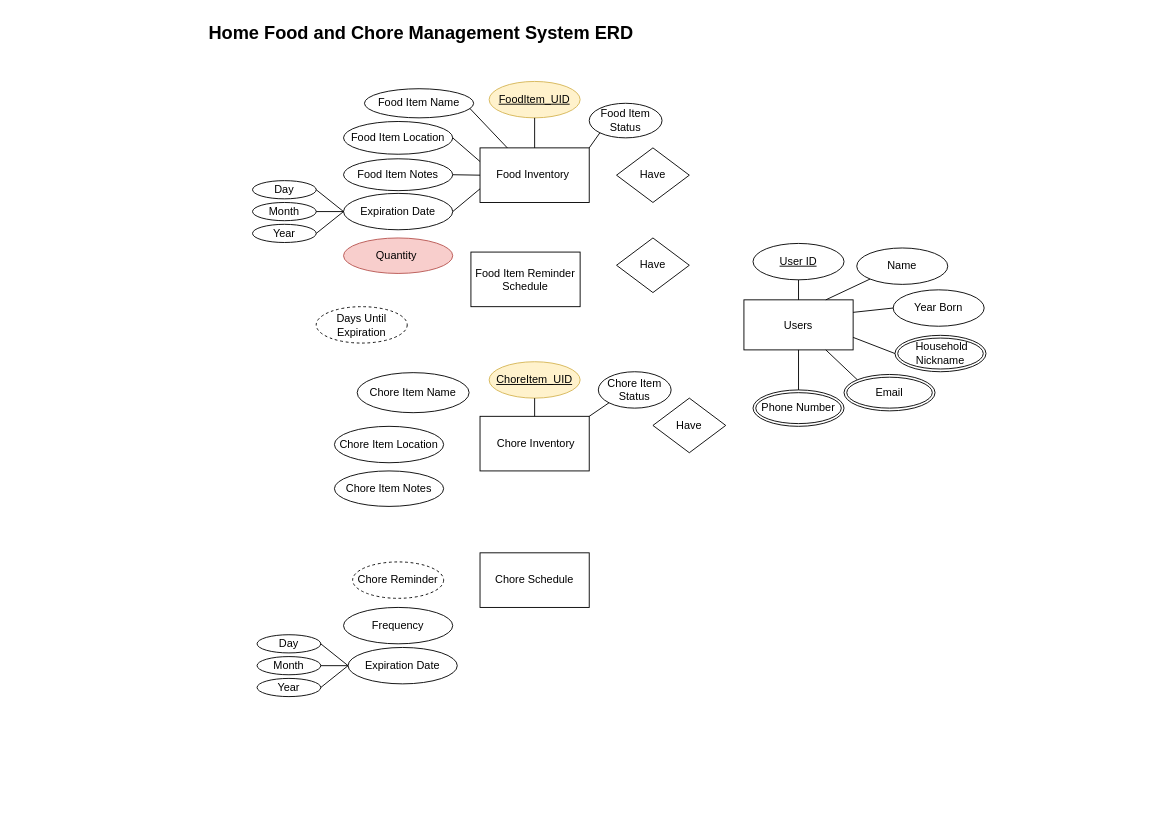
The draw.io diagram Assignment 2/Assignment2ERD.drawio in k-wtamu/CIDM6330, before the edit. Source tidied: cells renumbered, new cells numbered last; positions are measured from the earlier drawing's top-left corner, leaving out a move shared by most shapes. Both pictures are drawn from the tidied source at 91%, with x=0, y=0 at pixel (207, 15).
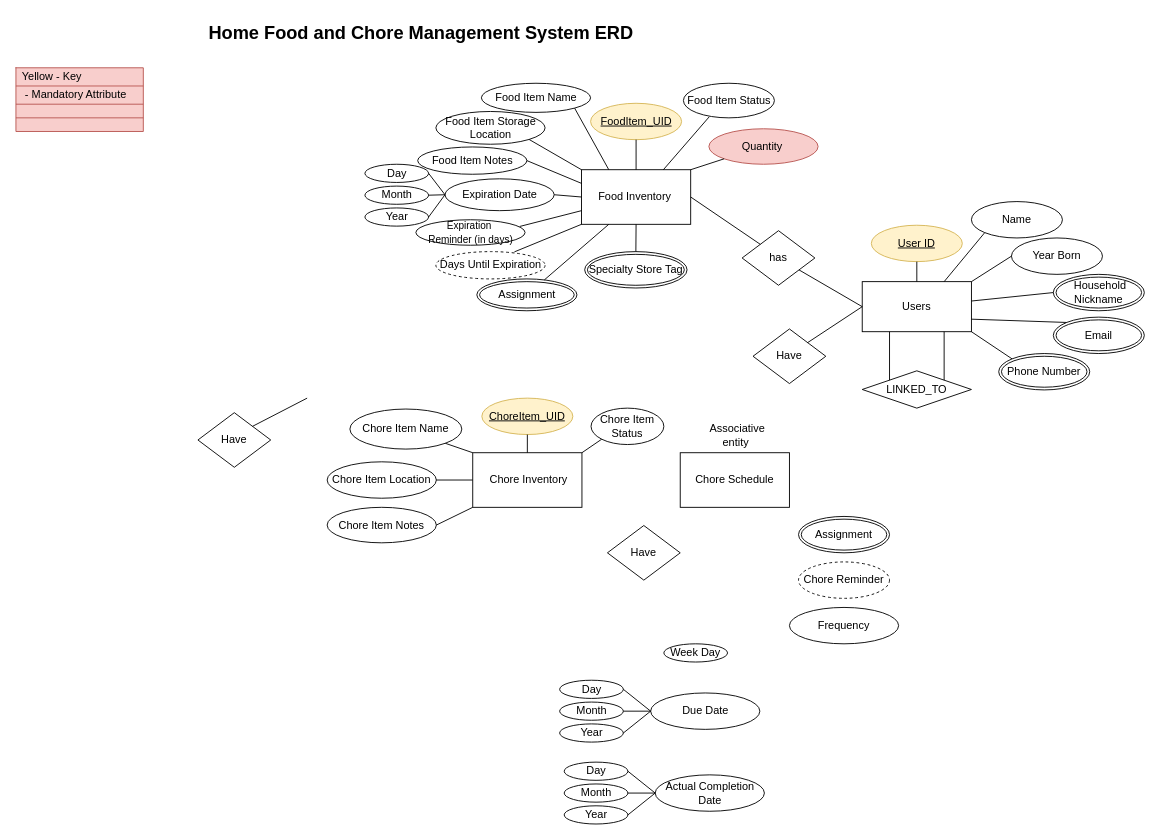
Above is the later version.

Change to the diagram source:
```diff
@@
-    <mxCell id="3" value="Food Item Reminder Schedule" style="rounded=0;whiteSpace=wrap;html=1;" parent="1" vertex="1">
-      <mxGeometry x="290" y="259.5" width="120" height="60" as="geometry" />
-    </mxCell>
     <mxCell id="4" value="&amp;nbsp;Chore Inventory" style="rounded=0;whiteSpace=wrap;html=1;" parent="1" vertex="1">
-      <mxGeometry x="300" y="440" width="120" height="60" as="geometry" />
+      <mxGeometry x="292" y="480" width="120" height="60" as="geometry" />
     </mxCell>
     <mxCell id="5" value="Expiration Date" style="ellipse;whiteSpace=wrap;html=1;" parent="1" vertex="1">
-      <mxGeometry x="150" y="195" width="120" height="40" as="geometry" />
+      <mxGeometry x="261.5" y="179" width="120" height="35" as="geometry" />
     </mxCell>
     <mxCell id="6" value="Day" style="ellipse;whiteSpace=wrap;html=1;" parent="1" vertex="1">
-      <mxGeometry x="50" y="181" width="70" height="20" as="geometry" />
+      <mxGeometry x="173.5" y="163" width="70" height="20" as="geometry" />
     </mxCell>
     <mxCell id="7" value="Month" style="ellipse;whiteSpace=wrap;html=1;" parent="1" vertex="1">
-      <mxGeometry x="50" y="205" width="70" height="20" as="geometry" />
+      <mxGeometry x="173.5" y="187" width="70" height="20" as="geometry" />
     </mxCell>
     <mxCell id="8" value="Year" style="ellipse;whiteSpace=wrap;html=1;" parent="1" vertex="1">
-      <mxGeometry x="50" y="229" width="70" height="20" as="geometry" />
+      <mxGeometry x="173.5" y="211" width="70" height="20" as="geometry" />
     </mxCell>
@@
-    <mxCell id="12" value="Food Item Location" style="ellipse;whiteSpace=wrap;html=1;" parent="1" vertex="1">
-      <mxGeometry x="150" y="116" width="120" height="36" as="geometry" />
+    <mxCell id="12" value="Food Item Storage Location" style="ellipse;whiteSpace=wrap;html=1;" parent="1" vertex="1">
+      <mxGeometry x="251.5" y="105" width="120" height="36" as="geometry" />
     </mxCell>
     <mxCell id="13" value="Food Item Name" style="ellipse;whiteSpace=wrap;html=1;" parent="1" vertex="1">
-      <mxGeometry x="173" y="80" width="120" height="32" as="geometry" />
+      <mxGeometry x="301.5" y="74" width="120" height="32" as="geometry" />
     </mxCell>
     <mxCell id="14" value="Food Inventory&amp;nbsp;" style="rounded=0;whiteSpace=wrap;html=1;" parent="1" vertex="1">
-      <mxGeometry x="300" y="145" width="120" height="60" as="geometry" />
+      <mxGeometry x="411.5" y="169" width="120" height="60" as="geometry" />
     </mxCell>
     <mxCell id="15" value="Food Item Status" style="ellipse;whiteSpace=wrap;html=1;" parent="1" vertex="1">
-      <mxGeometry x="420" y="96" width="80" height="38" as="geometry" />
+      <mxGeometry x="523.5" y="74" width="100" height="38" as="geometry" />
     </mxCell>
     <mxCell id="16" value="Chore Item Location" style="ellipse;whiteSpace=wrap;html=1;" parent="1" vertex="1">
-      <mxGeometry x="140" y="451" width="120" height="40" as="geometry" />
+      <mxGeometry x="132" y="490" width="120" height="40" as="geometry" />
     </mxCell>
     <mxCell id="17" value="Chore Item Name" style="ellipse;whiteSpace=wrap;html=1;" parent="1" vertex="1">
-      <mxGeometry x="165" y="392" width="123" height="44" as="geometry" />
+      <mxGeometry x="157" y="432" width="123" height="44" as="geometry" />
     </mxCell>
     <mxCell id="18" value="Chore Item Status" style="ellipse;whiteSpace=wrap;html=1;" parent="1" vertex="1">
-      <mxGeometry x="430" y="391" width="80" height="40" as="geometry" />
+      <mxGeometry x="422" y="431" width="80" height="40" as="geometry" />
     </mxCell>
     <mxCell id="19" value="Chore Schedule" style="rounded=0;whiteSpace=wrap;html=1;" parent="1" vertex="1">
-      <mxGeometry x="300" y="590" width="120" height="60" as="geometry" />
+      <mxGeometry x="520" y="480" width="120" height="60" as="geometry" />
     </mxCell>
     <mxCell id="20" value="Frequency" style="ellipse;whiteSpace=wrap;html=1;" parent="1" vertex="1">
-      <mxGeometry x="150" y="650" width="120" height="40" as="geometry" />
+      <mxGeometry x="640" y="650" width="120" height="40" as="geometry" />
     </mxCell>
     <mxCell id="21" value="Chore Item Notes" style="ellipse;whiteSpace=wrap;html=1;" parent="1" vertex="1">
-      <mxGeometry x="140" y="500" width="120" height="39" as="geometry" />
+      <mxGeometry x="132" y="540" width="120" height="39" as="geometry" />
     </mxCell>
     <mxCell id="22" value="Food Item Notes" style="ellipse;whiteSpace=wrap;html=1;" parent="1" vertex="1">
-      <mxGeometry x="150" y="157" width="120" height="35" as="geometry" />
+      <mxGeometry x="231.5" y="144" width="120" height="30" as="geometry" />
     </mxCell>
     <mxCell id="23" value="FoodItem_UID" style="ellipse;whiteSpace=wrap;html=1;align=center;fontStyle=4;fillColor=#fff2cc;strokeColor=#d6b656;" parent="1" vertex="1">
-      <mxGeometry x="310" y="72" width="100" height="40" as="geometry" />
+      <mxGeometry x="421.5" y="96" width="100" height="40" as="geometry" />
     </mxCell>
     <mxCell id="24" value="Days Until Expiration" style="ellipse;whiteSpace=wrap;html=1;align=center;dashed=1;" parent="1" vertex="1">
-      <mxGeometry x="120" y="319.5" width="100" height="40" as="geometry" />
+      <mxGeometry x="251.5" y="259" width="120" height="30" as="geometry" />
     </mxCell>
     <mxCell id="25" value="Chore Reminder" style="ellipse;whiteSpace=wrap;html=1;align=center;dashed=1;" parent="1" vertex="1">
-      <mxGeometry x="160" y="600" width="100" height="40" as="geometry" />
+      <mxGeometry x="650" y="600" width="100" height="40" as="geometry" />
     </mxCell>
     <mxCell id="26" value="Users" style="rounded=0;whiteSpace=wrap;html=1;" parent="1" vertex="1">
-      <mxGeometry x="590" y="312" width="120" height="55" as="geometry" />
+      <mxGeometry x="720" y="292" width="120" height="55" as="geometry" />
     </mxCell>
     <mxCell id="27" value="Name" style="ellipse;whiteSpace=wrap;html=1;" parent="1" vertex="1">
-      <mxGeometry x="714" y="255" width="100" height="40" as="geometry" />
+      <mxGeometry x="840" y="204" width="100" height="40" as="geometry" />
     </mxCell>
     <mxCell id="28" value="Year Born" style="ellipse;whiteSpace=wrap;html=1;" parent="1" vertex="1">
-      <mxGeometry x="754" y="301" width="100" height="40" as="geometry" />
+      <mxGeometry x="884" y="244" width="100" height="40" as="geometry" />
     </mxCell>
     <mxCell id="29" value="Phone Number" style="ellipse;shape=doubleEllipse;margin=3;whiteSpace=wrap;html=1;align=center;" parent="1" vertex="1">
-      <mxGeometry x="600" y="411" width="100" height="40" as="geometry" />
+      <mxGeometry x="870" y="371" width="100" height="40" as="geometry" />
     </mxCell>
     <mxCell id="30" value="Email" style="ellipse;shape=doubleEllipse;margin=3;whiteSpace=wrap;html=1;align=center;" parent="1" vertex="1">
-      <mxGeometry x="700" y="394" width="100" height="40" as="geometry" />
+      <mxGeometry x="930" y="331" width="100" height="40" as="geometry" />
     </mxCell>
     <mxCell id="31" value="&amp;nbsp;Household Nickname" style="ellipse;shape=doubleEllipse;margin=3;whiteSpace=wrap;html=1;align=center;" parent="1" vertex="1">
-      <mxGeometry x="756" y="351" width="100" height="40" as="geometry" />
+      <mxGeometry x="930" y="284" width="100" height="40" as="geometry" />
     </mxCell>
-    <mxCell id="32" value="&lt;u&gt;User ID&lt;/u&gt;" style="ellipse;whiteSpace=wrap;html=1;align=center;" parent="1" vertex="1">
-      <mxGeometry x="600" y="250" width="100" height="40" as="geometry" />
+    <mxCell id="32" value="&lt;u&gt;User ID&lt;/u&gt;" style="ellipse;whiteSpace=wrap;html=1;align=center;fillColor=#fff2cc;strokeColor=#d6b656;" parent="1" vertex="1">
+      <mxGeometry x="730" y="230" width="100" height="40" as="geometry" />
     </mxCell>
-    <mxCell id="33" style="endArrow=none;html=1;rounded=0;entryX=0.5;entryY=1;entryDx=0;entryDy=0;exitX=0.5;exitY=0;exitDx=0;exitDy=0;" parent="1" edge="1" source="29" target="26">
+    <mxCell id="33" style="endArrow=none;html=1;rounded=0;exitX=0;exitY=0;exitDx=0;exitDy=0;entryX=1;entryY=1;entryDx=0;entryDy=0;" parent="1" edge="1" source="29" target="26">
       <mxGeometry relative="1" as="geometry" />
     </mxCell>
@@
-    <mxCell id="36" style="endArrow=none;html=1;rounded=0;entryX=0;entryY=0.5;entryDx=0;entryDy=0;exitX=1;exitY=0.25;exitDx=0;exitDy=0;" parent="1" edge="1" source="26" target="28">
+    <mxCell id="36" style="endArrow=none;html=1;rounded=0;entryX=0;entryY=0.5;entryDx=0;entryDy=0;exitX=1;exitY=0;exitDx=0;exitDy=0;" parent="1" edge="1" source="26" target="28">
       <mxGeometry relative="1" as="geometry" />
     </mxCell>
-    <mxCell id="37" style="endArrow=none;html=1;rounded=0;exitX=0;exitY=0.5;exitDx=0;exitDy=0;entryX=1;entryY=0.75;entryDx=0;entryDy=0;" parent="1" edge="1" source="31" target="26">
+    <mxCell id="37" style="endArrow=none;html=1;rounded=0;exitX=0;exitY=0.5;exitDx=0;exitDy=0;" parent="1" edge="1" source="31" target="26">
       <mxGeometry relative="1" as="geometry" />
     </mxCell>
-    <mxCell id="38" style="endArrow=none;html=1;rounded=0;entryX=0;entryY=0;entryDx=0;entryDy=0;exitX=0.75;exitY=1;exitDx=0;exitDy=0;" parent="1" edge="1" source="26" target="30">
+    <mxCell id="38" style="endArrow=none;html=1;rounded=0;entryX=0;entryY=0;entryDx=0;entryDy=0;exitX=1;exitY=0.75;exitDx=0;exitDy=0;" parent="1" edge="1" source="26" target="30">
       <mxGeometry relative="1" as="geometry" />
     </mxCell>
-    <mxCell id="39" value="Have" style="shape=rhombus;perimeter=rhombusPerimeter;whiteSpace=wrap;html=1;align=center;" parent="1" vertex="1">
-      <mxGeometry x="450" y="145" width="80" height="60" as="geometry" />
+    <mxCell id="39" value="has" style="shape=rhombus;perimeter=rhombusPerimeter;whiteSpace=wrap;html=1;align=center;" parent="1" vertex="1">
+      <mxGeometry x="588" y="236" width="80" height="60" as="geometry" />
     </mxCell>
     <mxCell id="40" value="Quantity&amp;nbsp;" style="ellipse;whiteSpace=wrap;html=1;fillColor=#f8cecc;strokeColor=#b85450;" parent="1" vertex="1">
-      <mxGeometry x="150" y="244" width="120" height="39" as="geometry" />
+      <mxGeometry x="551.5" y="124" width="120" height="39" as="geometry" />
     </mxCell>
-    <mxCell id="41" style="endArrow=none;html=1;rounded=0;entryX=0.963;entryY=0.668;entryDx=0;entryDy=0;entryPerimeter=0;exitX=0.25;exitY=0;exitDx=0;exitDy=0;" parent="1" edge="1" source="14" target="13">
+    <mxCell id="41" style="endArrow=none;html=1;rounded=0;entryX=1;entryY=1;entryDx=0;entryDy=0;exitX=0.25;exitY=0;exitDx=0;exitDy=0;" parent="1" edge="1" source="14" target="13">
       <mxGeometry relative="1" as="geometry" />
     </mxCell>
@@
-    <mxCell id="43" style="endArrow=none;html=1;rounded=0;entryX=1;entryY=0.5;entryDx=0;entryDy=0;exitX=0;exitY=0.75;exitDx=0;exitDy=0;" parent="1" edge="1" source="14" target="5">
+    <mxCell id="43" style="endArrow=none;html=1;rounded=0;entryX=1;entryY=0.5;entryDx=0;entryDy=0;exitX=0;exitY=0.5;exitDx=0;exitDy=0;" parent="1" edge="1" source="14" target="5">
       <mxGeometry relative="1" as="geometry" />
     </mxCell>
-    <mxCell id="44" style="endArrow=none;html=1;rounded=0;entryX=0;entryY=1;entryDx=0;entryDy=0;exitX=1;exitY=0;exitDx=0;exitDy=0;" parent="1" edge="1" source="14" target="15">
+    <mxCell id="44" style="endArrow=none;html=1;rounded=0;entryX=0.284;entryY=0.969;entryDx=0;entryDy=0;exitX=0.75;exitY=0;exitDx=0;exitDy=0;entryPerimeter=0;" parent="1" edge="1" source="14" target="15">
       <mxGeometry relative="1" as="geometry" />
     </mxCell>
-    <mxCell id="45" style="endArrow=none;html=1;rounded=0;exitX=1;exitY=0.5;exitDx=0;exitDy=0;entryX=0;entryY=0.5;entryDx=0;entryDy=0;" parent="1" edge="1" source="22" target="14">
+    <mxCell id="45" style="endArrow=none;html=1;rounded=0;exitX=1;exitY=0.5;exitDx=0;exitDy=0;entryX=0;entryY=0.25;entryDx=0;entryDy=0;" parent="1" edge="1" source="22" target="14">
       <mxGeometry relative="1" as="geometry" />
     </mxCell>
-    <mxCell id="46" style="endArrow=none;html=1;rounded=0;exitX=1;exitY=0.5;exitDx=0;exitDy=0;entryX=0;entryY=0.25;entryDx=0;entryDy=0;" parent="1" edge="1" source="12" target="14">
+    <mxCell id="46" style="endArrow=none;html=1;rounded=0;exitX=1;exitY=1;exitDx=0;exitDy=0;entryX=0;entryY=0;entryDx=0;entryDy=0;" parent="1" edge="1" source="12" target="14">
       <mxGeometry relative="1" as="geometry" />
     </mxCell>
     <mxCell id="47" value="Have" style="shape=rhombus;perimeter=rhombusPerimeter;whiteSpace=wrap;html=1;align=center;" parent="1" vertex="1">
-      <mxGeometry x="450" y="244" width="80" height="60" as="geometry" />
+      <mxGeometry x="600" y="344" width="80" height="60" as="geometry" />
     </mxCell>
     <mxCell id="48" value="Have" style="shape=rhombus;perimeter=rhombusPerimeter;whiteSpace=wrap;html=1;align=center;" parent="1" vertex="1">
-      <mxGeometry x="490" y="420" width="80" height="60" as="geometry" />
+      <mxGeometry x="-10" y="436" width="80" height="60" as="geometry" />
     </mxCell>
     <mxCell id="49" value="ChoreItem_UID" style="ellipse;whiteSpace=wrap;html=1;align=center;fontStyle=4;fillColor=#fff2cc;strokeColor=#d6b656;" parent="1" vertex="1">
-      <mxGeometry x="310" y="380" width="100" height="40" as="geometry" />
+      <mxGeometry x="302" y="420" width="100" height="40" as="geometry" />
     </mxCell>
@@
-    <mxCell id="52" value="Expiration Date" style="ellipse;whiteSpace=wrap;html=1;" parent="1" vertex="1">
-      <mxGeometry x="155" y="694" width="120" height="40" as="geometry" />
+    <mxCell id="52" value="Due Date" style="ellipse;whiteSpace=wrap;html=1;" parent="1" vertex="1">
+      <mxGeometry x="487.5" y="744" width="120" height="40" as="geometry" />
     </mxCell>
     <mxCell id="53" value="Day" style="ellipse;whiteSpace=wrap;html=1;" parent="1" vertex="1">
-      <mxGeometry x="55" y="680" width="70" height="20" as="geometry" />
+      <mxGeometry x="387.5" y="730" width="70" height="20" as="geometry" />
     </mxCell>
     <mxCell id="54" value="Month" style="ellipse;whiteSpace=wrap;html=1;" parent="1" vertex="1">
-      <mxGeometry x="55" y="704" width="70" height="20" as="geometry" />
+      <mxGeometry x="387.5" y="754" width="70" height="20" as="geometry" />
     </mxCell>
     <mxCell id="55" value="Year" style="ellipse;whiteSpace=wrap;html=1;" parent="1" vertex="1">
-      <mxGeometry x="55" y="728" width="70" height="20" as="geometry" />
+      <mxGeometry x="387.5" y="778" width="70" height="20" as="geometry" />
     </mxCell>
@@
+    <mxCell id="59" style="endArrow=none;html=1;rounded=0;entryX=0;entryY=0;entryDx=0;entryDy=0;exitX=1;exitY=1;exitDx=0;exitDy=0;" parent="1" edge="1" source="17" target="4">
+      <mxGeometry relative="1" as="geometry" />
+    </mxCell>
+    <mxCell id="60" style="endArrow=none;html=1;rounded=0;entryX=0;entryY=0.5;entryDx=0;entryDy=0;exitX=1;exitY=0.5;exitDx=0;exitDy=0;" parent="1" edge="1" source="16" target="4">
+      <mxGeometry relative="1" as="geometry" />
+    </mxCell>
+    <mxCell id="61" style="endArrow=none;html=1;rounded=0;exitX=1;exitY=0.5;exitDx=0;exitDy=0;entryX=0;entryY=1;entryDx=0;entryDy=0;" parent="1" edge="1" source="21" target="4">
+      <mxGeometry relative="1" as="geometry" />
+    </mxCell>
+    <mxCell id="62" value="Have" style="shape=rhombus;perimeter=rhombusPerimeter;whiteSpace=wrap;html=1;align=center;" parent="1" vertex="1">
+      <mxGeometry x="440" y="560" width="80" height="60" as="geometry" />
+    </mxCell>
+    <mxCell id="63" value="Actual Completion Date" style="ellipse;whiteSpace=wrap;html=1;" parent="1" vertex="1">
+      <mxGeometry x="492.5" y="834" width="120" height="40" as="geometry" />
+    </mxCell>
+    <mxCell id="64" value="Day" style="ellipse;whiteSpace=wrap;html=1;" parent="1" vertex="1">
+      <mxGeometry x="392.5" y="820" width="70" height="20" as="geometry" />
+    </mxCell>
+    <mxCell id="65" value="Month" style="ellipse;whiteSpace=wrap;html=1;" parent="1" vertex="1">
+      <mxGeometry x="392.5" y="844" width="70" height="20" as="geometry" />
+    </mxCell>
+    <mxCell id="66" value="Year" style="ellipse;whiteSpace=wrap;html=1;" parent="1" vertex="1">
+      <mxGeometry x="392.5" y="868" width="70" height="20" as="geometry" />
+    </mxCell>
+    <mxCell id="67" style="endArrow=none;html=1;rounded=0;exitX=0;exitY=0.5;exitDx=0;exitDy=0;entryX=1;entryY=0.5;entryDx=0;entryDy=0;" parent="1" edge="1" source="63" target="64">
+      <mxGeometry relative="1" as="geometry" />
+    </mxCell>
+    <mxCell id="68" style="endArrow=none;html=1;rounded=0;exitX=0;exitY=0.5;exitDx=0;exitDy=0;entryX=1;entryY=0.5;entryDx=0;entryDy=0;" parent="1" edge="1" source="63" target="66">
+      <mxGeometry relative="1" as="geometry" />
+    </mxCell>
+    <mxCell id="69" style="endArrow=none;html=1;rounded=0;exitX=0;exitY=0.5;exitDx=0;exitDy=0;entryX=1;entryY=0.5;entryDx=0;entryDy=0;" parent="1" edge="1" source="63" target="65">
+      <mxGeometry relative="1" as="geometry" />
+    </mxCell>
+    <mxCell id="70" value="Specialty Store Tag" style="ellipse;shape=doubleEllipse;margin=3;whiteSpace=wrap;html=1;align=center;" parent="1" vertex="1">
+      <mxGeometry x="415" y="259" width="112.5" height="40" as="geometry" />
+    </mxCell>
+    <mxCell id="71" value="Assignment" style="ellipse;shape=doubleEllipse;margin=3;whiteSpace=wrap;html=1;align=center;" parent="1" vertex="1">
+      <mxGeometry x="296.5" y="289" width="110" height="35" as="geometry" />
+    </mxCell>
+    <mxCell id="72" value="Associative entity&amp;nbsp;" style="text;html=1;align=center;verticalAlign=middle;whiteSpace=wrap;rounded=0;" parent="1" vertex="1">
+      <mxGeometry x="552.5" y="446" width="60" height="30" as="geometry" />
+    </mxCell>
+    <mxCell id="73" value="LINKED_TO" style="shape=rhombus;perimeter=rhombusPerimeter;whiteSpace=wrap;html=1;align=center;" parent="1" vertex="1">
+      <mxGeometry x="720" y="390" width="120" height="41" as="geometry" />
+    </mxCell>
+    <mxCell id="74" style="endArrow=none;html=1;rounded=0;entryX=0.25;entryY=1;entryDx=0;entryDy=0;exitX=0;exitY=0;exitDx=0;exitDy=0;" parent="1" edge="1" source="73" target="26">
+      <mxGeometry relative="1" as="geometry" />
+    </mxCell>
+    <mxCell id="75" style="endArrow=none;html=1;rounded=0;entryX=0.75;entryY=1;entryDx=0;entryDy=0;exitX=1;exitY=0;exitDx=0;exitDy=0;" parent="1" edge="1" source="73" target="26">
+      <mxGeometry relative="1" as="geometry" />
+    </mxCell>
+    <mxCell id="76" style="shape=table;startSize=0;childLayout=tableLayout;fontSize=11;fillColor=#f8cecc;strokeColor=#b85450;" parent="1" vertex="1">
+      <mxGeometry x="-210" y="57" width="140" height="70" as="geometry" />
+    </mxCell>
+    <mxCell id="77" style="shape=tableRow;horizontal=0;startSize=0;swimlaneHead=0;swimlaneBody=0;strokeColor=inherit;top=0;left=0;bottom=0;right=0;fillColor=none;fontSize=16;" parent="76" vertex="1">
+      <mxGeometry width="140" height="20" as="geometry" />
+    </mxCell>
+    <mxCell id="78" value="Yellow - Key" style="shape=partialRectangle;html=1;whiteSpace=wrap;strokeColor=inherit;overflow=hidden;fillColor=none;top=0;left=0;bottom=0;right=0;fontSize=12;align=left;spacingLeft=5;" parent="77" vertex="1">
+      <mxGeometry width="140" height="20" as="geometry" />
+    </mxCell>
+    <mxCell id="79" style="shape=tableRow;horizontal=0;startSize=0;swimlaneHead=0;swimlaneBody=0;strokeColor=inherit;top=0;left=0;bottom=0;right=0;fillColor=none;fontSize=16;" parent="76" vertex="1">
+      <mxGeometry y="20" width="140" height="20" as="geometry" />
+    </mxCell>
+    <mxCell id="80" value="&amp;nbsp;- Mandatory Attribute" style="shape=partialRectangle;html=1;whiteSpace=wrap;strokeColor=inherit;overflow=hidden;fillColor=none;top=0;left=0;bottom=0;right=0;fontSize=12;align=left;spacingLeft=5;" parent="79" vertex="1">
+      <mxGeometry width="140" height="20" as="geometry" />
+    </mxCell>
+    <mxCell id="81" style="shape=tableRow;horizontal=0;startSize=0;swimlaneHead=0;swimlaneBody=0;strokeColor=inherit;top=0;left=0;bottom=0;right=0;fillColor=none;fontSize=16;" parent="76" vertex="1">
+      <mxGeometry y="40" width="140" height="15" as="geometry" />
+    </mxCell>
+    <mxCell id="82" style="shape=partialRectangle;html=1;whiteSpace=wrap;strokeColor=inherit;overflow=hidden;fillColor=none;top=0;left=0;bottom=0;right=0;fontSize=12;align=left;spacingLeft=5;" parent="81" vertex="1">
+      <mxGeometry width="140" height="15" as="geometry" />
+    </mxCell>
+    <mxCell id="83" style="shape=tableRow;horizontal=0;startSize=0;swimlaneHead=0;swimlaneBody=0;strokeColor=inherit;top=0;left=0;bottom=0;right=0;fillColor=none;fontSize=16;" parent="76" vertex="1">
+      <mxGeometry y="55" width="140" height="15" as="geometry" />
+    </mxCell>
+    <mxCell id="84" style="shape=partialRectangle;html=1;whiteSpace=wrap;strokeColor=inherit;overflow=hidden;fillColor=none;top=0;left=0;bottom=0;right=0;fontSize=12;align=left;spacingLeft=5;" parent="83" vertex="1">
+      <mxGeometry width="140" height="15" as="geometry" />
+    </mxCell>
+    <mxCell id="85" style="endArrow=none;html=1;rounded=0;exitX=1;exitY=0;exitDx=0;exitDy=0;" parent="1" edge="1" source="48">
+      <mxGeometry relative="1" as="geometry">
+        <mxPoint x="110" y="420" as="targetPoint" />
+      </mxGeometry>
+    </mxCell>
+    <mxCell id="86" style="endArrow=none;html=1;rounded=0;entryX=0;entryY=0.5;entryDx=0;entryDy=0;exitX=1;exitY=0;exitDx=0;exitDy=0;" parent="1" edge="1" source="47" target="26">
+      <mxGeometry relative="1" as="geometry" />
+    </mxCell>
+    <mxCell id="87" style="endArrow=none;html=1;rounded=0;entryX=0;entryY=0.5;entryDx=0;entryDy=0;" parent="1" edge="1" source="39" target="26">
+      <mxGeometry relative="1" as="geometry" />
+    </mxCell>
+    <mxCell id="88" value="Week Day" style="ellipse;whiteSpace=wrap;html=1;" parent="1" vertex="1">
+      <mxGeometry x="502" y="690" width="70" height="20" as="geometry" />
+    </mxCell>
+    <mxCell id="89" value="&lt;font style=&quot;font-size: 11px;&quot;&gt;Expiration&amp;nbsp;&lt;/font&gt;&lt;div&gt;&lt;font style=&quot;font-size: 11px;&quot;&gt;Reminder (in days)&lt;/font&gt;&lt;/div&gt;" style="ellipse;whiteSpace=wrap;html=1;" parent="1" vertex="1">
+      <mxGeometry x="229.5" y="224" width="120" height="28" as="geometry" />
+    </mxCell>
+    <mxCell id="90" value="Assignment" style="ellipse;shape=doubleEllipse;margin=3;whiteSpace=wrap;html=1;align=center;" parent="1" vertex="1">
+      <mxGeometry x="650" y="550" width="100" height="40" as="geometry" />
+    </mxCell>
+    <mxCell id="91" style="endArrow=none;html=1;rounded=0;exitX=0.951;exitY=0.263;exitDx=0;exitDy=0;entryX=0;entryY=0.75;entryDx=0;entryDy=0;exitPerimeter=0;" parent="1" edge="1" source="89" target="14">
+      <mxGeometry relative="1" as="geometry" />
+    </mxCell>
+    <mxCell id="92" style="endArrow=none;html=1;rounded=0;entryX=0;entryY=1;entryDx=0;entryDy=0;exitX=0.719;exitY=0.01;exitDx=0;exitDy=0;exitPerimeter=0;" parent="1" edge="1" source="24" target="14">
+      <mxGeometry relative="1" as="geometry" />
+    </mxCell>
+    <mxCell id="93" style="endArrow=none;html=1;rounded=0;entryX=0.25;entryY=1;entryDx=0;entryDy=0;" parent="1" edge="1" source="71" target="14">
+      <mxGeometry relative="1" as="geometry" />
+    </mxCell>
+    <mxCell id="94" style="endArrow=none;html=1;rounded=0;exitX=0.5;exitY=0;exitDx=0;exitDy=0;entryX=0.5;entryY=1;entryDx=0;entryDy=0;" parent="1" edge="1" source="70" target="14">
+      <mxGeometry relative="1" as="geometry" />
+    </mxCell>
+    <mxCell id="95" style="endArrow=none;html=1;rounded=0;exitX=1;exitY=0;exitDx=0;exitDy=0;" parent="1" edge="1" source="14" target="40">
+      <mxGeometry relative="1" as="geometry" />
+    </mxCell>
+    <mxCell id="96" style="endArrow=none;html=1;rounded=0;exitX=0;exitY=0;exitDx=0;exitDy=0;entryX=1;entryY=0.5;entryDx=0;entryDy=0;" parent="1" edge="1" source="39" target="14">
+      <mxGeometry relative="1" as="geometry" />
+    </mxCell>
```
